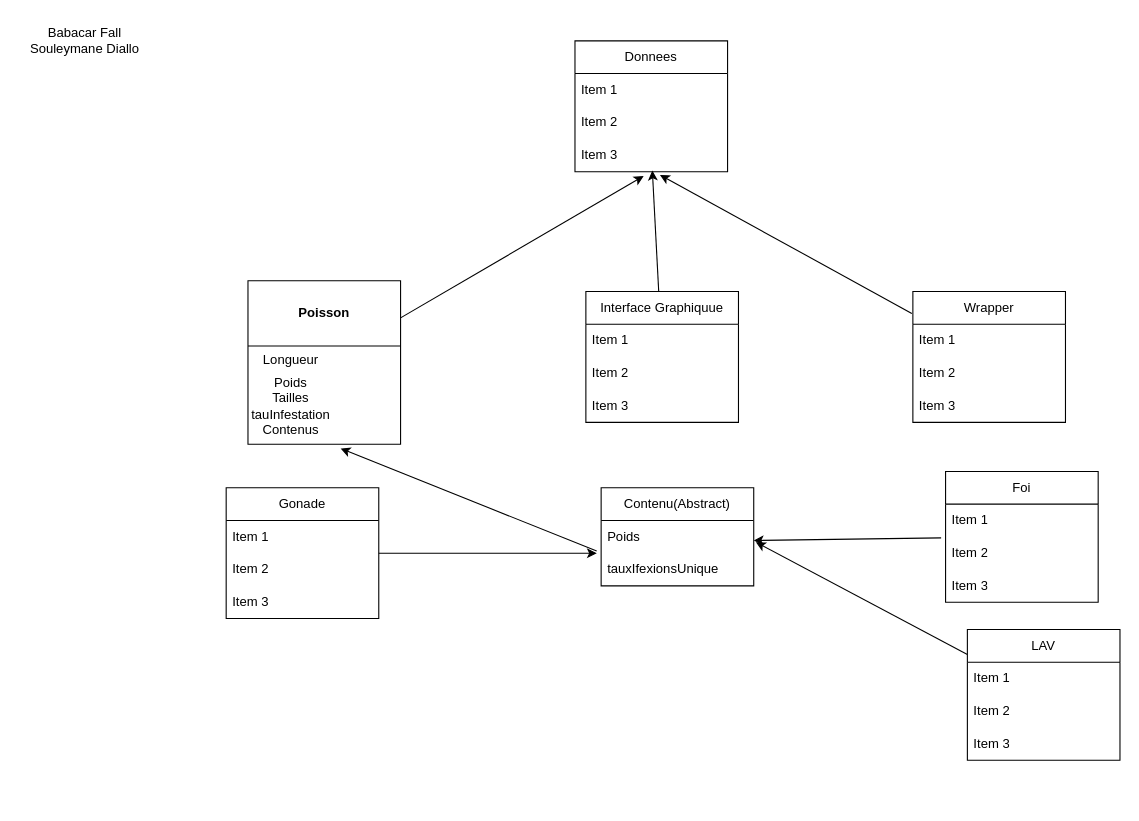
Earlier version of the draw.io diagram conceptions/conception.drawio (Fallbaba136/Projet_LOO_java_IA). Source tidied: cells renumbered, new cells numbered last; positions are measured from the earlier drawing's top-left corner, leaving out a move shared by most shapes. Both pictures are drawn from the tidied source at 109%, with x=0, y=0 at pixel (19, 19).
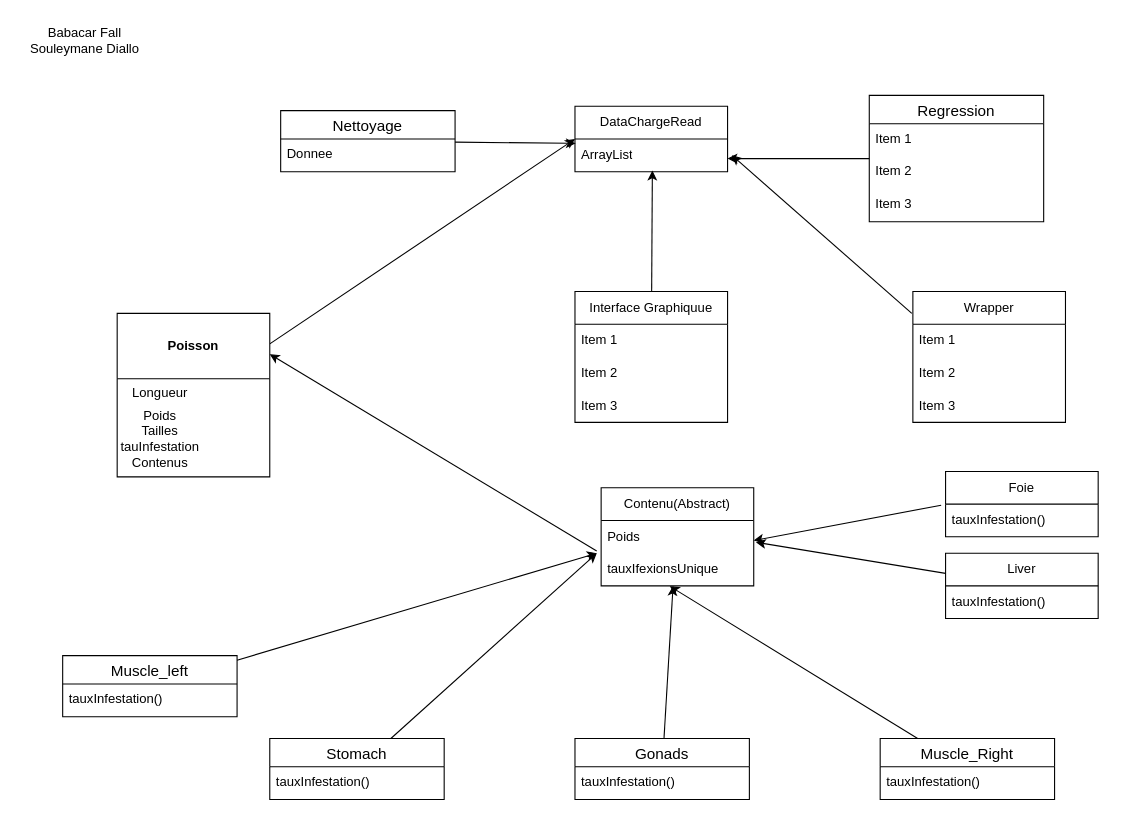
The same diagram, later.

Unchanged cells that the change refers to:
```xml
<mxCell id="5" value="Poids&lt;div&gt;Tailles&lt;/div&gt;&lt;div&gt;tauInfestation&lt;/div&gt;&lt;div&gt;Contenus&lt;/div&gt;" style="text;html=1;align=center;verticalAlign=middle;points=[];strokeColor=none;fillColor=none;" parent="3" vertex="1">
  <mxGeometry x="-11" y="80" width="100" height="70" as="geometry" />
</mxCell>
<mxCell id="7" value="Poids" style="text;strokeColor=none;fillColor=none;align=left;verticalAlign=middle;spacingLeft=4;spacingRight=4;overflow=hidden;points=[[0,0.5],[1,0.5]];portConstraint=eastwest;whiteSpace=wrap;html=1;" parent="6" vertex="1">
  <mxGeometry y="30" width="140" height="30" as="geometry" />
</mxCell>
<mxCell id="8" value="tauxIfexionsUnique" style="text;strokeColor=none;fillColor=none;align=left;verticalAlign=middle;spacingLeft=4;spacingRight=4;overflow=hidden;points=[[0,0.5],[1,0.5]];portConstraint=eastwest;whiteSpace=wrap;html=1;" parent="6" vertex="1">
  <mxGeometry y="60" width="140" height="30" as="geometry" />
</mxCell>
<mxCell id="19" value="Wrapper" style="swimlane;fontStyle=0;horizontal=1;startSize=30;whiteSpace=wrap;html=1;" parent="1" vertex="1">
  <mxGeometry x="820" y="250" width="140" height="120" as="geometry" />
</mxCell>
```

The edit, as a diff of the source:
```diff
@@
-    <mxCell id="2" style="edgeStyle=none;html=1;entryX=0.45;entryY=1.133;entryDx=0;entryDy=0;entryPerimeter=0;" parent="1" edge="1" source="3" target="26">
-      <mxGeometry relative="1" as="geometry" />
+    <mxCell id="2" style="edgeStyle=none;html=1;" parent="1" edge="1" source="3">
+      <mxGeometry relative="1" as="geometry">
+        <mxPoint x="510" y="110" as="targetPoint" />
+      </mxGeometry>
     </mxCell>
     <mxCell id="3" value="Poisson" style="swimlane;whiteSpace=wrap;html=1;startSize=60;" parent="1" vertex="1">
-      <mxGeometry x="210" y="240" width="140" height="150" as="geometry" />
+      <mxGeometry x="90" y="270" width="140" height="150" as="geometry" />
     </mxCell>
@@
-    <mxCell id="9" value="Gonade" style="swimlane;fontStyle=0;horizontal=1;startSize=30;whiteSpace=wrap;html=1;" parent="1" vertex="1">
-      <mxGeometry x="190" y="430" width="140" height="120" as="geometry" />
-    </mxCell>
-    <mxCell id="10" value="Item 1" style="text;strokeColor=none;fillColor=none;align=left;verticalAlign=middle;spacingLeft=4;spacingRight=4;overflow=hidden;whiteSpace=wrap;html=1;" parent="9" vertex="1">
-      <mxGeometry y="30" width="140" height="30" as="geometry" />
-    </mxCell>
-    <mxCell id="11" value="Item 2" style="text;strokeColor=none;fillColor=none;align=left;verticalAlign=middle;spacingLeft=4;spacingRight=4;overflow=hidden;whiteSpace=wrap;html=1;" parent="9" vertex="1">
-      <mxGeometry y="60" width="140" height="30" as="geometry" />
-    </mxCell>
-    <mxCell id="12" value="Item 3" style="text;strokeColor=none;fillColor=none;align=left;verticalAlign=middle;spacingLeft=4;spacingRight=4;overflow=hidden;whiteSpace=wrap;html=1;" parent="9" vertex="1">
-      <mxGeometry y="90" width="140" height="30" as="geometry" />
-    </mxCell>
-    <mxCell id="13" style="edgeStyle=none;html=1;" parent="1" edge="1" source="9">
-      <mxGeometry relative="1" as="geometry">
-        <mxPoint x="530" y="490" as="targetPoint" />
-      </mxGeometry>
-    </mxCell>
-    <mxCell id="14" value="Foi" style="swimlane;fontStyle=0;horizontal=1;startSize=30;whiteSpace=wrap;html=1;" parent="1" vertex="1">
-      <mxGeometry x="850" y="415" width="140" height="120" as="geometry" />
+    <mxCell id="14" value="Foie" style="swimlane;fontStyle=0;horizontal=1;startSize=30;whiteSpace=wrap;html=1;" parent="1" vertex="1">
+      <mxGeometry x="850" y="415" width="140" height="60" as="geometry" />
     </mxCell>
-    <mxCell id="15" value="Item 1" style="text;strokeColor=none;fillColor=none;align=left;verticalAlign=middle;spacingLeft=4;spacingRight=4;overflow=hidden;whiteSpace=wrap;html=1;" parent="14" vertex="1">
-      <mxGeometry y="30" width="140" height="30" as="geometry" />
-    </mxCell>
-    <mxCell id="16" value="Item 2" style="text;strokeColor=none;fillColor=none;align=left;verticalAlign=middle;spacingLeft=4;spacingRight=4;overflow=hidden;points=[[0,0.5],[1,0.5]];portConstraint=eastwest;whiteSpace=wrap;html=1;" parent="14" vertex="1">
-      <mxGeometry y="60" width="140" height="30" as="geometry" />
+    <mxCell id="16" value="&lt;span style=&quot;color: rgb(0, 0, 0);&quot;&gt;tauxInfestation()&lt;/span&gt;" style="text;strokeColor=none;fillColor=none;align=left;verticalAlign=middle;spacingLeft=4;spacingRight=4;overflow=hidden;points=[[0,0.5],[1,0.5]];portConstraint=eastwest;whiteSpace=wrap;html=1;" parent="14" vertex="1">
+      <mxGeometry y="30" width="140" height="30" as="geometry" />
     </mxCell>
-    <mxCell id="17" value="Item 3" style="text;strokeColor=none;fillColor=none;align=left;verticalAlign=middle;spacingLeft=4;spacingRight=4;overflow=hidden;whiteSpace=wrap;html=1;" parent="14" vertex="1">
-      <mxGeometry y="90" width="140" height="30" as="geometry" />
-    </mxCell>
@@
-    <mxCell id="23" value="Donnees" style="swimlane;fontStyle=0;horizontal=1;startSize=30;whiteSpace=wrap;html=1;" parent="1" vertex="1">
-      <mxGeometry x="510" y="20" width="140" height="120" as="geometry" />
+    <mxCell id="23" value="DataChargeRead" style="swimlane;fontStyle=0;horizontal=1;startSize=30;whiteSpace=wrap;html=1;" parent="1" vertex="1">
+      <mxGeometry x="510" y="80" width="140" height="60" as="geometry" />
     </mxCell>
-    <mxCell id="24" value="Item 1" style="text;strokeColor=none;fillColor=none;align=left;verticalAlign=middle;spacingLeft=4;spacingRight=4;overflow=hidden;points=[[0,0.5],[1,0.5]];portConstraint=eastwest;whiteSpace=wrap;html=1;" parent="23" vertex="1">
+    <mxCell id="24" value="ArrayList" style="text;strokeColor=none;fillColor=none;align=left;verticalAlign=middle;spacingLeft=4;spacingRight=4;overflow=hidden;points=[[0,0.5],[1,0.5]];portConstraint=eastwest;whiteSpace=wrap;html=1;" parent="23" vertex="1">
       <mxGeometry y="30" width="140" height="30" as="geometry" />
     </mxCell>
-    <mxCell id="25" value="Item 2" style="text;strokeColor=none;fillColor=none;align=left;verticalAlign=middle;spacingLeft=4;spacingRight=4;overflow=hidden;whiteSpace=wrap;html=1;" parent="23" vertex="1">
-      <mxGeometry y="60" width="140" height="30" as="geometry" />
-    </mxCell>
-    <mxCell id="26" value="Item 3" style="text;strokeColor=none;fillColor=none;align=left;verticalAlign=middle;spacingLeft=4;spacingRight=4;overflow=hidden;points=[[0,0.5],[1,0.5]];portConstraint=eastwest;whiteSpace=wrap;html=1;" parent="23" vertex="1">
-      <mxGeometry y="90" width="140" height="30" as="geometry" />
-    </mxCell>
-    <mxCell id="27" style="edgeStyle=none;html=1;entryX=0.557;entryY=1.1;entryDx=0;entryDy=0;entryPerimeter=0;exitX=-0.007;exitY=0.167;exitDx=0;exitDy=0;exitPerimeter=0;" parent="1" edge="1" source="19" target="26">
-      <mxGeometry relative="1" as="geometry" />
+    <mxCell id="27" style="edgeStyle=none;html=1;exitX=-0.007;exitY=0.167;exitDx=0;exitDy=0;exitPerimeter=0;" parent="1" edge="1" source="19">
+      <mxGeometry relative="1" as="geometry">
+        <mxPoint x="654" y="125" as="targetPoint" />
+      </mxGeometry>
     </mxCell>
-    <mxCell id="28" style="edgeStyle=none;html=1;entryX=0.96;entryY=1.057;entryDx=0;entryDy=0;entryPerimeter=0;exitX=-0.029;exitY=0.933;exitDx=0;exitDy=0;exitPerimeter=0;" parent="1" edge="1" source="7" target="5">
+    <mxCell id="28" style="edgeStyle=none;html=1;entryX=1;entryY=0.25;entryDx=0;entryDy=0;exitX=-0.029;exitY=0.933;exitDx=0;exitDy=0;exitPerimeter=0;" parent="1" edge="1" source="7" target="3">
       <mxGeometry relative="1" as="geometry" />
     </mxCell>
     <mxCell id="29" value="Interface Graphiquue" style="swimlane;fontStyle=0;horizontal=1;startSize=30;whiteSpace=wrap;html=1;" parent="1" vertex="1">
-      <mxGeometry x="520" y="250" width="140" height="120" as="geometry" />
+      <mxGeometry x="510" y="250" width="140" height="120" as="geometry" />
     </mxCell>
@@
-    <mxCell id="33" style="edgeStyle=none;html=1;entryX=0.507;entryY=0.967;entryDx=0;entryDy=0;entryPerimeter=0;" parent="1" edge="1" source="29" target="26">
-      <mxGeometry relative="1" as="geometry" />
+    <mxCell id="33" style="edgeStyle=none;html=1;entryX=0.507;entryY=0.967;entryDx=0;entryDy=0;entryPerimeter=0;" parent="1" edge="1" source="29">
+      <mxGeometry relative="1" as="geometry">
+        <mxPoint x="581" y="139" as="targetPoint" />
+      </mxGeometry>
     </mxCell>
@@
-    <mxCell id="35" value="LAV" style="swimlane;fontStyle=0;horizontal=1;startSize=30;whiteSpace=wrap;html=1;" parent="1" vertex="1">
-      <mxGeometry x="870" y="560" width="140" height="120" as="geometry" />
+    <mxCell id="35" value="Liver" style="swimlane;fontStyle=0;horizontal=1;startSize=30;whiteSpace=wrap;html=1;" parent="1" vertex="1">
+      <mxGeometry x="850" y="490" width="140" height="60" as="geometry" />
     </mxCell>
-    <mxCell id="36" value="Item 1" style="text;strokeColor=none;fillColor=none;align=left;verticalAlign=middle;spacingLeft=4;spacingRight=4;overflow=hidden;whiteSpace=wrap;html=1;" parent="35" vertex="1">
-      <mxGeometry y="30" width="140" height="30" as="geometry" />
-    </mxCell>
-    <mxCell id="37" value="Item 2" style="text;strokeColor=none;fillColor=none;align=left;verticalAlign=middle;spacingLeft=4;spacingRight=4;overflow=hidden;whiteSpace=wrap;html=1;" parent="35" vertex="1">
-      <mxGeometry y="60" width="140" height="30" as="geometry" />
+    <mxCell id="37" value="&lt;span style=&quot;color: rgb(0, 0, 0);&quot;&gt;tauxInfestation()&lt;/span&gt;" style="text;strokeColor=none;fillColor=none;align=left;verticalAlign=middle;spacingLeft=4;spacingRight=4;overflow=hidden;whiteSpace=wrap;html=1;" parent="35" vertex="1">
+      <mxGeometry y="30" width="140" height="30" as="geometry" />
     </mxCell>
-    <mxCell id="38" value="Item 3" style="text;strokeColor=none;fillColor=none;align=left;verticalAlign=middle;spacingLeft=4;spacingRight=4;overflow=hidden;whiteSpace=wrap;html=1;" parent="35" vertex="1">
-      <mxGeometry y="90" width="140" height="30" as="geometry" />
-    </mxCell>
@@
+    <mxCell id="40" value="Muscle_left" style="swimlane;fontStyle=0;horizontal=1;startSize=26;align=center;fontSize=14;" parent="1" vertex="1">
+      <mxGeometry x="40" y="584" width="160" height="56" as="geometry" />
+    </mxCell>
+    <mxCell id="41" value="tauxInfestation()" style="text;strokeColor=none;fillColor=none;spacingLeft=4;spacingRight=4;overflow=hidden;fontSize=12;whiteSpace=wrap;html=1;" parent="40" vertex="1">
+      <mxGeometry y="26" width="160" height="30" as="geometry" />
+    </mxCell>
+    <mxCell id="42" style="edgeStyle=none;html=1;" parent="1" edge="1" source="40">
+      <mxGeometry relative="1" as="geometry">
+        <mxPoint x="530" y="490" as="targetPoint" />
+      </mxGeometry>
+    </mxCell>
+    <mxCell id="43" value="Muscle_Right" style="swimlane;fontStyle=0;horizontal=1;startSize=26;align=center;fontSize=14;" parent="1" vertex="1">
+      <mxGeometry x="790" y="660" width="160" height="56" as="geometry" />
+    </mxCell>
+    <mxCell id="44" value="&lt;span style=&quot;color: rgb(0, 0, 0);&quot;&gt;tauxInfestation()&lt;/span&gt;" style="text;strokeColor=none;fillColor=none;spacingLeft=4;spacingRight=4;overflow=hidden;fontSize=12;whiteSpace=wrap;html=1;" parent="43" vertex="1">
+      <mxGeometry y="26" width="160" height="30" as="geometry" />
+    </mxCell>
+    <mxCell id="45" style="edgeStyle=none;html=1;entryX=0.45;entryY=1.012;entryDx=0;entryDy=0;entryPerimeter=0;" parent="1" edge="1" source="43" target="8">
+      <mxGeometry relative="1" as="geometry" />
+    </mxCell>
+    <mxCell id="46" value="Gonads" style="swimlane;fontStyle=0;horizontal=1;startSize=26;align=center;fontSize=14;" parent="1" vertex="1">
+      <mxGeometry x="510" y="660" width="160" height="56" as="geometry" />
+    </mxCell>
+    <mxCell id="47" value="&lt;span style=&quot;color: rgb(0, 0, 0);&quot;&gt;tauxInfestation()&lt;/span&gt;" style="text;strokeColor=none;fillColor=none;spacingLeft=4;spacingRight=4;overflow=hidden;fontSize=12;whiteSpace=wrap;html=1;" parent="46" vertex="1">
+      <mxGeometry y="26" width="160" height="30" as="geometry" />
+    </mxCell>
+    <mxCell id="48" style="edgeStyle=none;html=1;" parent="1" edge="1" source="46">
+      <mxGeometry relative="1" as="geometry">
+        <mxPoint x="600" y="520" as="targetPoint" />
+      </mxGeometry>
+    </mxCell>
+    <mxCell id="49" style="edgeStyle=none;html=1;" parent="1" edge="1" source="50">
+      <mxGeometry relative="1" as="geometry">
+        <mxPoint x="530" y="490" as="targetPoint" />
+      </mxGeometry>
+    </mxCell>
+    <mxCell id="50" value="Stomach" style="swimlane;fontStyle=0;horizontal=1;startSize=26;align=center;fontSize=14;" parent="1" vertex="1">
+      <mxGeometry x="230" y="660" width="160" height="56" as="geometry" />
+    </mxCell>
+    <mxCell id="51" value="&lt;span style=&quot;color: rgb(0, 0, 0);&quot;&gt;tauxInfestation()&lt;/span&gt;" style="text;strokeColor=none;fillColor=none;spacingLeft=4;spacingRight=4;overflow=hidden;fontSize=12;whiteSpace=wrap;html=1;" parent="50" vertex="1">
+      <mxGeometry y="26" width="160" height="30" as="geometry" />
+    </mxCell>
+    <mxCell id="52" value="Nettoyage" style="swimlane;fontStyle=0;horizontal=1;startSize=26;align=center;fontSize=14;" parent="1" vertex="1">
+      <mxGeometry x="240" y="84" width="160" height="56" as="geometry" />
+    </mxCell>
+    <mxCell id="53" value="Donnee" style="text;strokeColor=none;fillColor=none;spacingLeft=4;spacingRight=4;overflow=hidden;fontSize=12;whiteSpace=wrap;html=1;" parent="52" vertex="1">
+      <mxGeometry y="26" width="160" height="30" as="geometry" />
+    </mxCell>
+    <mxCell id="54" style="edgeStyle=none;html=1;entryX=0.005;entryY=0.135;entryDx=0;entryDy=0;entryPerimeter=0;" parent="1" edge="1" source="52" target="24">
+      <mxGeometry relative="1" as="geometry" />
+    </mxCell>
+    <mxCell id="55" style="edgeStyle=none;html=1;" parent="1" edge="1" source="56">
+      <mxGeometry relative="1" as="geometry">
+        <mxPoint x="650" y="128" as="targetPoint" />
+      </mxGeometry>
+    </mxCell>
+    <mxCell id="56" value="Regression" style="swimlane;fontStyle=0;horizontal=1;startSize=26;align=center;fontSize=14;" parent="1" vertex="1">
+      <mxGeometry x="780" y="70" width="160" height="116" as="geometry" />
+    </mxCell>
+    <mxCell id="57" value="Item 1" style="text;strokeColor=none;fillColor=none;spacingLeft=4;spacingRight=4;overflow=hidden;fontSize=12;whiteSpace=wrap;html=1;" parent="56" vertex="1">
+      <mxGeometry y="26" width="160" height="30" as="geometry" />
+    </mxCell>
+    <mxCell id="58" value="Item 2" style="text;strokeColor=none;fillColor=none;spacingLeft=4;spacingRight=4;overflow=hidden;fontSize=12;whiteSpace=wrap;html=1;" parent="56" vertex="1">
+      <mxGeometry y="56" width="160" height="30" as="geometry" />
+    </mxCell>
+    <mxCell id="59" value="Item 3" style="text;strokeColor=none;fillColor=none;spacingLeft=4;spacingRight=4;overflow=hidden;fontSize=12;whiteSpace=wrap;html=1;" parent="56" vertex="1">
+      <mxGeometry y="86" width="160" height="30" as="geometry" />
+    </mxCell>
```
